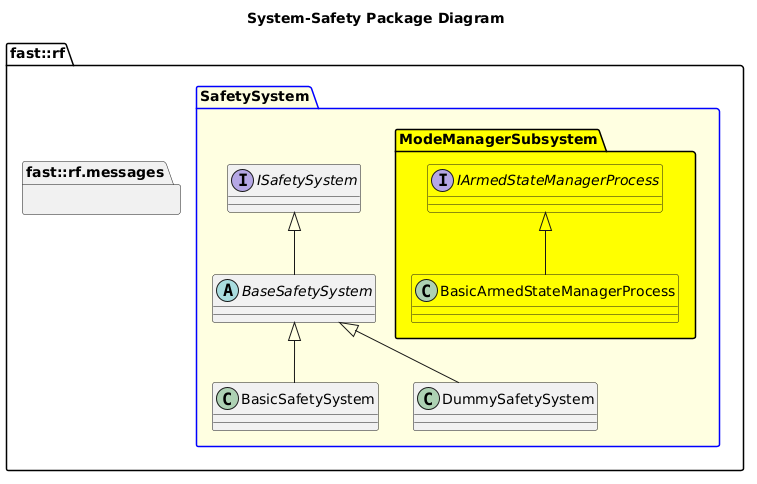
Above: Systems/Safety/doc/puml/SystemSafetyPackageDiagram.png in fastrobotics/robot_framework (PlantUML), before the change. The source it was exported from:
```plantuml
@startuml
title System-Safety Package Diagram

namespace fast::rf {
  namespace messages  {}
  package SafetySystem #LightYellow;line:blue {
    interface ISafetySystem {
    }
    abstract BaseSafetySystem {
    }
    ISafetySystem <|-- BaseSafetySystem
    class BasicSafetySystem {

    }
    BaseSafetySystem <|-- BasicSafetySystem
    class DummySafetySystem  {
    }
    BaseSafetySystem <|-- DummySafetySystem
    namespace ModeManagerSubsystem #Yellow {
      interface IArmedStateManagerProcess #Yellow {

      }
      class BasicArmedStateManagerProcess #Yellow {
      }
      BasicArmedStateManagerProcess -up-|> IArmedStateManagerProcess
    }
  }
}
@enduml
```
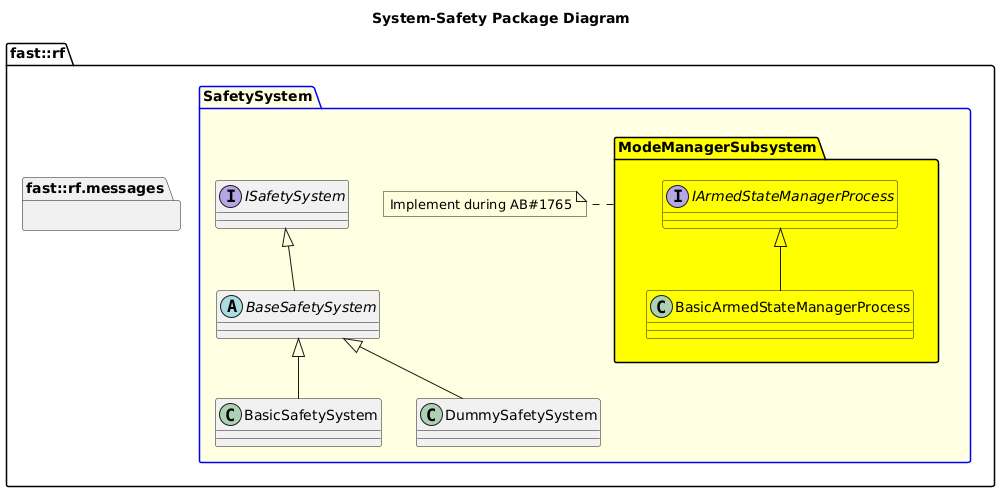
Later version of the same file.

The edit, as a diff of the source:
```diff
@@ -24,6 +24,9 @@
       }
       BasicArmedStateManagerProcess -up-|> IArmedStateManagerProcess
     }
+    note right of ModeManagerSubsystem
+    Implement during AB#1765
+    end note
   }
 }
 @enduml
```
